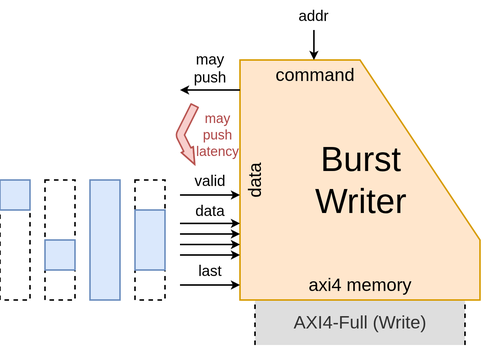
Earlier version of the draw.io export img/burst_writer.png (pc2/sus-xrt). Source tidied: cells renumbered, new cells last; positions are measured from the earlier drawing's top-left corner, leaving out a move shared by most shapes.
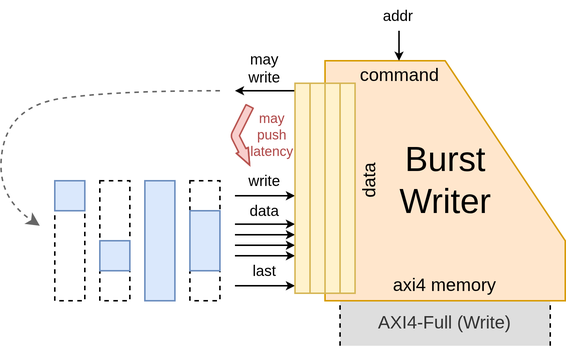
Later version of the same file.

Commit message:
Slight improvements to the burst reader/writer pictures

Diff of the diagram source:
```diff
@@ -3,7 +3,7 @@
     <mxCell id="0" />
     <mxCell id="1" parent="0" />
     <mxCell id="2" value="AXI4-Full (Write)" style="rounded=0;whiteSpace=wrap;html=1;strokeColor=none;fillColor=#DEDEDE;fontColor=#333333;flipH=1;legacyAnchorPoints=0;" parent="1" vertex="1">
-      <mxGeometry x="170" y="200" width="140" height="30" as="geometry" />
+      <mxGeometry x="190" y="200" width="140" height="30" as="geometry" />
     </mxCell>
     <mxCell id="3" style="endArrow=none;html=1;rounded=0;dashed=1;entryX=0;entryY=0;entryDx=0;entryDy=0;exitX=0;exitY=1;exitDx=0;exitDy=0;" parent="1" edge="1" source="2" target="2">
       <mxGeometry relative="1" as="geometry" />
@@ -12,25 +12,25 @@
       <mxGeometry relative="1" as="geometry" />
     </mxCell>
     <mxCell id="5" value="Burst&lt;br&gt;Writer" style="verticalLabelPosition=middle;verticalAlign=middle;html=1;shape=mxgraph.basic.polygon;polyCoords=[[0,0.75],[0.5,0],[1,0],[1,1],[0,1]];polyline=0;fillColor=#ffe6cc;strokeColor=#d79b00;align=center;labelPosition=center;fontSize=23;flipH=1;legacyAnchorPoints=0;" parent="1" vertex="1">
-      <mxGeometry x="160" y="40" width="160" height="160" as="geometry" />
+      <mxGeometry x="180" y="40" width="160" height="160" as="geometry" />
     </mxCell>
     <mxCell id="6" style="endArrow=classic;html=1;rounded=0;startSize=6;endSize=3;" parent="1" edge="1">
       <mxGeometry relative="1" as="geometry">
-        <mxPoint x="209.3" y="20" as="sourcePoint" />
-        <mxPoint x="209.3" y="40" as="targetPoint" />
+        <mxPoint x="229.3" y="20" as="sourcePoint" />
+        <mxPoint x="229.3" y="40" as="targetPoint" />
       </mxGeometry>
     </mxCell>
     <mxCell id="7" value="addr" style="text;html=1;whiteSpace=wrap;strokeColor=none;fillColor=none;align=center;verticalAlign=middle;rounded=0;fontSize=10;flipH=1;legacyAnchorPoints=0;" parent="1" vertex="1">
-      <mxGeometry x="189" width="40" height="20" as="geometry" />
+      <mxGeometry x="209" width="40" height="20" as="geometry" />
     </mxCell>
     <mxCell id="8" value="axi4 memory" style="text;html=1;whiteSpace=wrap;strokeColor=none;fillColor=none;align=center;verticalAlign=middle;rounded=0;flipH=1;legacyAnchorPoints=0;" parent="1" vertex="1">
-      <mxGeometry x="170" y="180" width="140" height="20" as="geometry" />
+      <mxGeometry x="190" y="180" width="140" height="20" as="geometry" />
     </mxCell>
     <mxCell id="9" value="command" style="text;html=1;whiteSpace=wrap;strokeColor=none;fillColor=none;align=center;verticalAlign=middle;rounded=0;flipH=1;legacyAnchorPoints=0;" parent="1" vertex="1">
-      <mxGeometry x="180" y="40" width="60" height="20" as="geometry" />
+      <mxGeometry x="200" y="40" width="60" height="20" as="geometry" />
     </mxCell>
     <mxCell id="10" value="data" style="text;html=1;whiteSpace=wrap;strokeColor=none;fillColor=none;align=center;verticalAlign=middle;rounded=0;rotation=-90;flipH=1;legacyAnchorPoints=0;" parent="1" vertex="1">
-      <mxGeometry x="130" y="110" width="80" height="20" as="geometry" />
+      <mxGeometry x="170" y="110" width="80" height="20" as="geometry" />
     </mxCell>
     <mxCell id="11" style="endArrow=classic;html=1;rounded=0;startSize=6;endSize=3;exitX=1;exitY=1;exitDx=0;exitDy=0;" parent="1" edge="1">
       <mxGeometry relative="1" as="geometry">
@@ -38,7 +38,7 @@
         <mxPoint x="120" y="60" as="targetPoint" />
       </mxGeometry>
     </mxCell>
-    <mxCell id="12" value="may&lt;div&gt;push&lt;/div&gt;" style="text;html=1;whiteSpace=wrap;strokeColor=none;fillColor=none;align=center;verticalAlign=middle;rounded=0;fontSize=10;" parent="1" vertex="1">
+    <mxCell id="12" value="may&lt;div&gt;write&lt;/div&gt;" style="text;html=1;whiteSpace=wrap;strokeColor=none;fillColor=none;align=center;verticalAlign=middle;rounded=0;fontSize=10;" parent="1" vertex="1">
       <mxGeometry x="120" y="35" width="40" height="20" as="geometry" />
     </mxCell>
     <mxCell id="13" style="endArrow=classic;html=1;rounded=0;startSize=6;endSize=3;entryX=1;entryY=1;entryDx=0;entryDy=0;" parent="1" edge="1" target="14">
@@ -81,7 +81,7 @@
         <mxPoint x="120" y="130" as="sourcePoint" />
       </mxGeometry>
     </mxCell>
-    <mxCell id="21" value="valid" style="text;html=1;whiteSpace=wrap;strokeColor=none;fillColor=none;align=center;verticalAlign=middle;rounded=0;fontSize=10;" parent="1" vertex="1">
+    <mxCell id="21" value="write" style="text;html=1;whiteSpace=wrap;strokeColor=none;fillColor=none;align=center;verticalAlign=middle;rounded=0;fontSize=10;" parent="1" vertex="1">
       <mxGeometry x="120" y="110" width="40" height="20" as="geometry" />
     </mxCell>
     <mxCell id="22" style="shape=flexArrow;endArrow=classic;html=1;rounded=1;entryX=0.5;entryY=0;entryDx=0;entryDy=0;width=5.333333333333333;endSize=3.3083333333333336;endWidth=2.4444444444444446;fillColor=#f8cecc;strokeColor=#b85450;flowAnimation=0;shadow=0;" parent="1" edge="1">
@@ -120,5 +120,28 @@
     <mxCell id="31" style="rounded=0;whiteSpace=wrap;html=1;fillColor=#dae8fc;strokeColor=#6c8ebf;" parent="1" vertex="1">
       <mxGeometry x="90" y="140" width="20" height="40" as="geometry" />
     </mxCell>
+    <mxCell id="32" style="rounded=0;whiteSpace=wrap;html=1;fillColor=#fff2cc;strokeColor=#d6b656;" parent="1" vertex="1">
+      <mxGeometry x="160" y="55" width="10" height="140" as="geometry" />
+    </mxCell>
+    <mxCell id="33" style="rounded=0;whiteSpace=wrap;html=1;fillColor=#fff2cc;strokeColor=#d6b656;" parent="1" vertex="1">
+      <mxGeometry x="170" y="55" width="10" height="140" as="geometry" />
+    </mxCell>
+    <mxCell id="34" style="rounded=0;whiteSpace=wrap;html=1;fillColor=#fff2cc;strokeColor=#d6b656;" parent="1" vertex="1">
+      <mxGeometry x="180" y="55" width="10" height="140" as="geometry" />
+    </mxCell>
+    <mxCell id="35" style="rounded=0;whiteSpace=wrap;html=1;fillColor=#fff2cc;strokeColor=#d6b656;" parent="1" vertex="1">
+      <mxGeometry x="190" y="55" width="10" height="140" as="geometry" />
+    </mxCell>
+    <mxCell id="36" style="endArrow=classic;html=1;rounded=0;curved=1;dashed=1;fillColor=#f5f5f5;strokeColor=#666666;" parent="1" edge="1">
+      <mxGeometry relative="1" as="geometry">
+        <mxPoint x="110" y="60" as="sourcePoint" />
+        <mxPoint x="-10" y="150" as="targetPoint" />
+        <Array as="points">
+          <mxPoint x="40" y="60" />
+          <mxPoint x="-30" y="70" />
+          <mxPoint x="-40" y="130" />
+        </Array>
+      </mxGeometry>
+    </mxCell>
   </root>
 </mxGraphModel>
```
